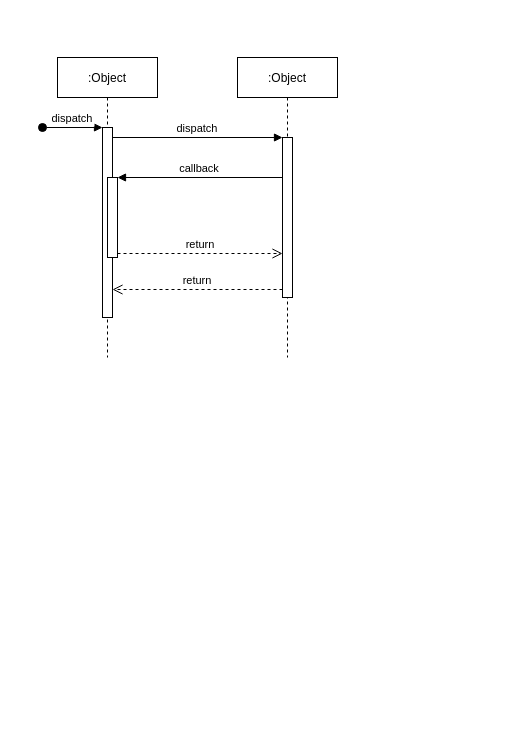
Above: todolist-sequence.drawio in misternay/todo-list-flowchart (draw.io), before the change. Source tidied: cells renumbered, new cells numbered last; positions are measured from the earlier drawing's top-left corner, leaving out a move shared by most shapes. Both pictures are drawn from the tidied source at 100%, with x=0, y=0 at pixel (42, 57).
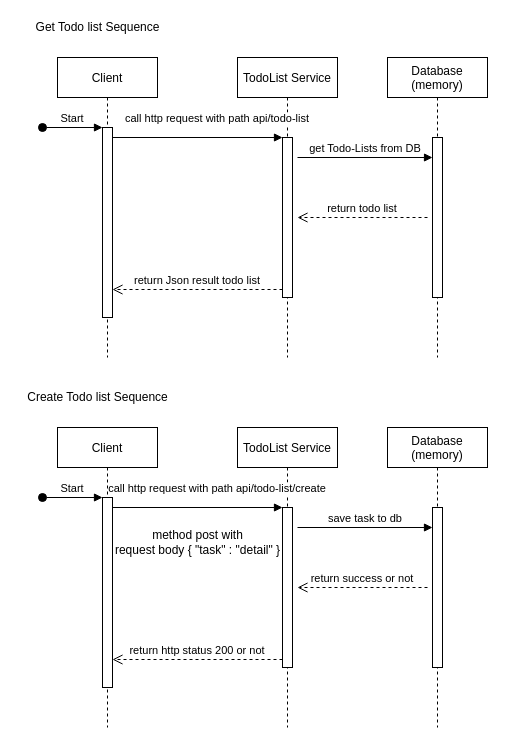
The same page after the edit.

Unchanged cells that the change refers to:
```xml
<mxCell id="3" style="points=[];perimeter=orthogonalPerimeter;rounded=0;shadow=0;strokeWidth=1;" parent="2" vertex="1">
  <mxGeometry x="45" y="70" width="10" height="190" as="geometry" />
</mxCell>
<mxCell id="7" style="points=[];perimeter=orthogonalPerimeter;rounded=0;shadow=0;strokeWidth=1;" parent="6" vertex="1">
  <mxGeometry x="45" y="80" width="10" height="160" as="geometry" />
</mxCell>
```

The edit, as a diff of the source:
```diff
@@
-    <mxCell id="2" value=":Object" style="shape=umlLifeline;perimeter=lifelinePerimeter;rounded=0;shadow=0;strokeWidth=1;" parent="1" vertex="1">
+    <mxCell id="2" value="Client" style="shape=umlLifeline;perimeter=lifelinePerimeter;rounded=0;shadow=0;strokeWidth=1;" parent="1" vertex="1">
       <mxGeometry x="15" width="100" height="300" as="geometry" />
     </mxCell>
@@
-    <mxCell id="4" value="dispatch" style="verticalAlign=bottom;startArrow=oval;endArrow=block;startSize=8;shadow=0;strokeWidth=1;" parent="2" edge="1" target="3">
+    <mxCell id="4" value="Start" style="verticalAlign=bottom;startArrow=oval;endArrow=block;startSize=8;shadow=0;strokeWidth=1;" parent="2" edge="1" target="3">
       <mxGeometry relative="1" as="geometry">
         <mxPoint x="-15" y="70" as="sourcePoint" />
       </mxGeometry>
     </mxCell>
-    <mxCell id="5" style="points=[];perimeter=orthogonalPerimeter;rounded=0;shadow=0;strokeWidth=1;" parent="2" vertex="1">
-      <mxGeometry x="50" y="120" width="10" height="80" as="geometry" />
-    </mxCell>
-    <mxCell id="6" value=":Object" style="shape=umlLifeline;perimeter=lifelinePerimeter;rounded=0;shadow=0;strokeWidth=1;" parent="1" vertex="1">
+    <mxCell id="6" value="TodoList Service" style="shape=umlLifeline;perimeter=lifelinePerimeter;rounded=0;shadow=0;strokeWidth=1;" parent="1" vertex="1">
       <mxGeometry x="195" width="100" height="300" as="geometry" />
     </mxCell>
@@
-    <mxCell id="8" value="return" style="verticalAlign=bottom;endArrow=open;dashed=1;endSize=8;exitX=0;exitY=0.95;shadow=0;strokeWidth=1;" parent="1" edge="1" source="7" target="3">
+    <mxCell id="8" value="return Json result todo list" style="verticalAlign=bottom;endArrow=open;dashed=1;endSize=8;exitX=0;exitY=0.95;shadow=0;strokeWidth=1;" parent="1" edge="1" source="7" target="3">
       <mxGeometry relative="1" as="geometry" />
     </mxCell>
-    <mxCell id="9" value="dispatch" style="verticalAlign=bottom;endArrow=block;entryX=0;entryY=0;shadow=0;strokeWidth=1;" parent="1" edge="1" source="3" target="7">
-      <mxGeometry relative="1" as="geometry" />
+    <mxCell id="9" value="call http request with path api/todo-list" style="verticalAlign=bottom;endArrow=block;entryX=0;entryY=0;shadow=0;strokeWidth=1;" parent="1" edge="1" source="3" target="7">
+      <mxGeometry x="0.24" y="10" relative="1" as="geometry" />
     </mxCell>
-    <mxCell id="10" value="callback" style="verticalAlign=bottom;endArrow=block;entryX=1;entryY=0;shadow=0;strokeWidth=1;" parent="1" edge="1" source="7" target="5">
-      <mxGeometry relative="1" as="geometry" />
-    </mxCell>
-    <mxCell id="11" value="return" style="verticalAlign=bottom;endArrow=open;dashed=1;endSize=8;exitX=1;exitY=0.95;shadow=0;strokeWidth=1;" parent="1" edge="1" source="5" target="7">
-      <mxGeometry relative="1" as="geometry" />
-    </mxCell>
+    <mxCell id="12" value="Get Todo list Sequence" style="text;html=1;align=center;verticalAlign=middle;" parent="1" vertex="1">
+      <mxGeometry x="-15" y="-40" width="140" height="20" as="geometry" />
+    </mxCell>
+    <mxCell id="13" value="Database &#10;(memory)" style="shape=umlLifeline;perimeter=lifelinePerimeter;rounded=0;shadow=0;strokeWidth=1;" parent="1" vertex="1">
+      <mxGeometry x="345" width="100" height="300" as="geometry" />
+    </mxCell>
+    <mxCell id="14" style="points=[];perimeter=orthogonalPerimeter;rounded=0;shadow=0;strokeWidth=1;" parent="13" vertex="1">
+      <mxGeometry x="45" y="80" width="10" height="160" as="geometry" />
+    </mxCell>
+    <mxCell id="15" value="get Todo-Lists from DB" style="verticalAlign=bottom;endArrow=block;shadow=0;strokeWidth=1;" parent="1" edge="1" target="14">
+      <mxGeometry relative="1" as="geometry">
+        <mxPoint x="255" y="100" as="sourcePoint" />
+      </mxGeometry>
+    </mxCell>
+    <mxCell id="16" value="return todo list" style="verticalAlign=bottom;endArrow=open;dashed=1;endSize=8;shadow=0;strokeWidth=1;" parent="1" edge="1">
+      <mxGeometry relative="1" as="geometry">
+        <mxPoint x="385" y="160" as="sourcePoint" />
+        <mxPoint x="255" y="160" as="targetPoint" />
+      </mxGeometry>
+    </mxCell>
+    <mxCell id="17" value="Client" style="shape=umlLifeline;perimeter=lifelinePerimeter;rounded=0;shadow=0;strokeWidth=1;" parent="1" vertex="1">
+      <mxGeometry x="15" y="370" width="100" height="300" as="geometry" />
+    </mxCell>
+    <mxCell id="18" style="points=[];perimeter=orthogonalPerimeter;rounded=0;shadow=0;strokeWidth=1;" parent="17" vertex="1">
+      <mxGeometry x="45" y="70" width="10" height="190" as="geometry" />
+    </mxCell>
+    <mxCell id="19" value="Start" style="verticalAlign=bottom;startArrow=oval;endArrow=block;startSize=8;shadow=0;strokeWidth=1;" parent="17" edge="1" target="18">
+      <mxGeometry relative="1" as="geometry">
+        <mxPoint x="-15" y="70" as="sourcePoint" />
+      </mxGeometry>
+    </mxCell>
+    <mxCell id="20" value="TodoList Service" style="shape=umlLifeline;perimeter=lifelinePerimeter;rounded=0;shadow=0;strokeWidth=1;" parent="1" vertex="1">
+      <mxGeometry x="195" y="370" width="100" height="300" as="geometry" />
+    </mxCell>
+    <mxCell id="21" style="points=[];perimeter=orthogonalPerimeter;rounded=0;shadow=0;strokeWidth=1;" parent="20" vertex="1">
+      <mxGeometry x="45" y="80" width="10" height="160" as="geometry" />
+    </mxCell>
+    <mxCell id="22" value="return http status 200 or not" style="verticalAlign=bottom;endArrow=open;dashed=1;endSize=8;exitX=0;exitY=0.95;shadow=0;strokeWidth=1;" parent="1" edge="1" source="21" target="18">
+      <mxGeometry relative="1" as="geometry" />
+    </mxCell>
+    <mxCell id="23" value="call http request with path api/todo-list/create" style="verticalAlign=bottom;endArrow=block;entryX=0;entryY=0;shadow=0;strokeWidth=1;" parent="1" edge="1" source="18" target="21">
+      <mxGeometry x="0.24" y="10" relative="1" as="geometry" />
+    </mxCell>
+    <mxCell id="24" value="Create Todo list Sequence" style="text;html=1;align=center;verticalAlign=middle;" parent="1" vertex="1">
+      <mxGeometry x="-25" y="330" width="160" height="20" as="geometry" />
+    </mxCell>
+    <mxCell id="25" value="Database &#10;(memory)" style="shape=umlLifeline;perimeter=lifelinePerimeter;rounded=0;shadow=0;strokeWidth=1;" parent="1" vertex="1">
+      <mxGeometry x="345" y="370" width="100" height="300" as="geometry" />
+    </mxCell>
+    <mxCell id="26" style="points=[];perimeter=orthogonalPerimeter;rounded=0;shadow=0;strokeWidth=1;" parent="25" vertex="1">
+      <mxGeometry x="45" y="80" width="10" height="160" as="geometry" />
+    </mxCell>
+    <mxCell id="27" value="save task to db" style="verticalAlign=bottom;endArrow=block;shadow=0;strokeWidth=1;" parent="1" edge="1" target="26">
+      <mxGeometry relative="1" as="geometry">
+        <mxPoint x="255" y="470" as="sourcePoint" />
+      </mxGeometry>
+    </mxCell>
+    <mxCell id="28" value="return success or not" style="verticalAlign=bottom;endArrow=open;dashed=1;endSize=8;shadow=0;strokeWidth=1;" parent="1" edge="1">
+      <mxGeometry relative="1" as="geometry">
+        <mxPoint x="385" y="530" as="sourcePoint" />
+        <mxPoint x="255" y="530" as="targetPoint" />
+      </mxGeometry>
+    </mxCell>
+    <mxCell id="29" value="method post with &lt;br&gt;request body { &quot;task&quot; : &quot;detail&quot; }" style="text;html=1;align=center;verticalAlign=middle;" parent="1" vertex="1">
+      <mxGeometry x="65" y="470" width="180" height="30" as="geometry" />
+    </mxCell>
```
